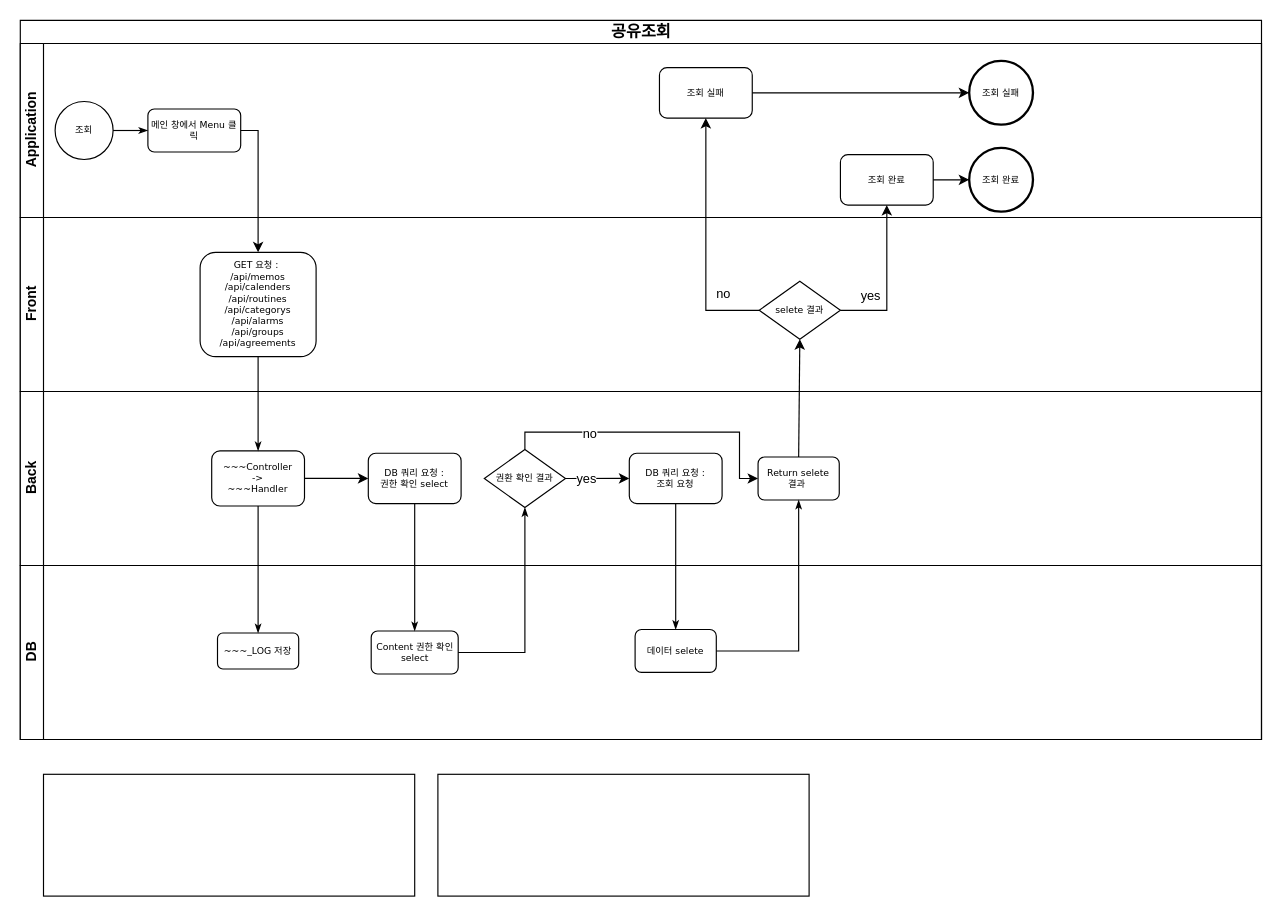
Earlier version of the draw.io diagram page "공유조회(메모,일정,루틴)" (14 of 16) of flowchart.drawio (dyonyon2/The-10000-Hour-Rule). Source tidied: cells renumbered, new cells numbered last; positions are measured from the earlier drawing's top-left corner, leaving out a move shared by most shapes. Both pictures are drawn from the tidied source at 116%, with x=0, y=0 at pixel (20, 20).
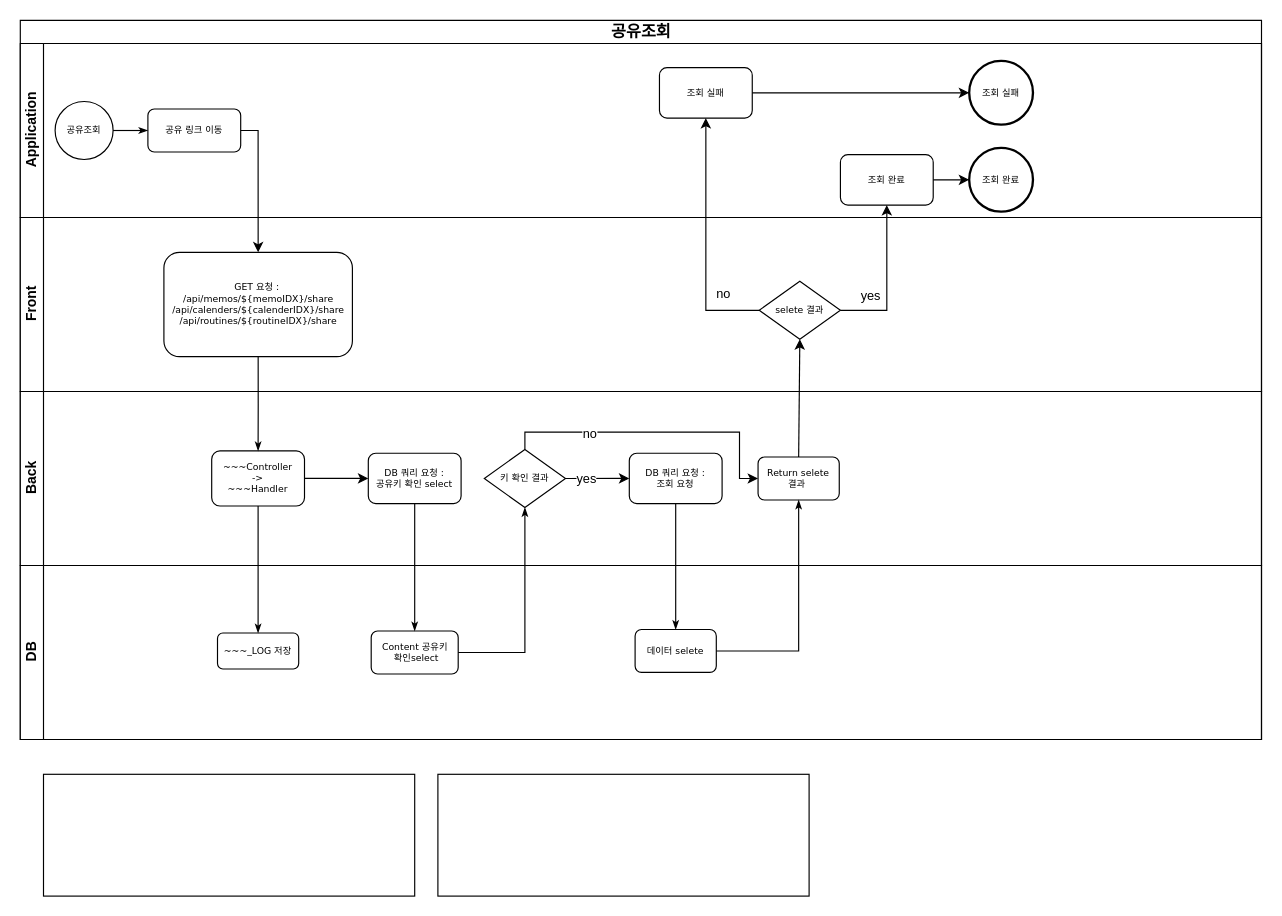
After the change.

Unchanged cells that the change refers to:
```xml
<mxCell id="3" value="Application" style="swimlane;html=1;startSize=20;horizontal=0;" parent="2" vertex="1">
  <mxGeometry y="20" width="1070" height="150" as="geometry" />
</mxCell>
<mxCell id="7" value="Front" style="swimlane;html=1;startSize=20;horizontal=0;" parent="2" vertex="1">
  <mxGeometry y="170" width="1070" height="150" as="geometry" />
</mxCell>
<mxCell id="20" value="Back" style="swimlane;html=1;startSize=20;horizontal=0;" parent="2" vertex="1">
  <mxGeometry y="320" width="1070" height="150" as="geometry" />
</mxCell>
```

The edit, as a diff of the source:
```diff
@@
-    <mxCell id="4" value="조회" style="ellipse;whiteSpace=wrap;html=1;rounded=0;shadow=0;labelBackgroundColor=none;strokeWidth=1;fontFamily=Verdana;fontSize=8;align=center;" parent="3" vertex="1">
+    <mxCell id="4" value="공유조회" style="ellipse;whiteSpace=wrap;html=1;rounded=0;shadow=0;labelBackgroundColor=none;strokeWidth=1;fontFamily=Verdana;fontSize=8;align=center;" parent="3" vertex="1">
       <mxGeometry x="30" y="50" width="50" height="50" as="geometry" />
     </mxCell>
-    <mxCell id="5" value="메인 창에서 Menu 클릭" style="rounded=1;whiteSpace=wrap;html=1;shadow=0;labelBackgroundColor=none;strokeWidth=1;fontFamily=Verdana;fontSize=8;align=center;" parent="3" vertex="1">
+    <mxCell id="5" value="공유 링크 이동" style="rounded=1;whiteSpace=wrap;html=1;shadow=0;labelBackgroundColor=none;strokeWidth=1;fontFamily=Verdana;fontSize=8;align=center;" parent="3" vertex="1">
       <mxGeometry x="110" y="56.5" width="80" height="37" as="geometry" />
     </mxCell>
@@
-    <mxCell id="8" value="GET 요청 :&amp;nbsp;&lt;br&gt;/api/memos&lt;br&gt;/api/calenders&lt;br&gt;/api/routines&lt;br&gt;/api/categorys&lt;br&gt;/api/alarms&lt;br&gt;/api/groups&lt;br&gt;/api/agreements" style="rounded=1;whiteSpace=wrap;html=1;shadow=0;labelBackgroundColor=none;strokeWidth=1;fontFamily=Verdana;fontSize=8;align=center;" parent="7" vertex="1">
-      <mxGeometry x="155" y="30" width="100" height="90" as="geometry" />
+    <mxCell id="8" value="GET 요청 :&amp;nbsp;&lt;br style=&quot;border-color: var(--border-color);&quot;&gt;/api/memos/${memoIDX}/share&lt;br style=&quot;border-color: var(--border-color);&quot;&gt;/api/calenders/${calenderIDX}/share&lt;br style=&quot;border-color: var(--border-color);&quot;&gt;/api/routines/${routineIDX}/share" style="rounded=1;whiteSpace=wrap;html=1;shadow=0;labelBackgroundColor=none;strokeWidth=1;fontFamily=Verdana;fontSize=8;align=center;" parent="7" vertex="1">
+      <mxGeometry x="123.8" y="30" width="162.5" height="90" as="geometry" />
     </mxCell>
@@
-    <mxCell id="24" value="DB 쿼리 요청 : &lt;br&gt;권한 확인 select" style="rounded=1;whiteSpace=wrap;html=1;shadow=0;labelBackgroundColor=none;strokeWidth=1;fontFamily=Verdana;fontSize=8;align=center;" parent="20" vertex="1">
+    <mxCell id="24" value="DB 쿼리 요청 : &lt;br&gt;공유키 확인 select" style="rounded=1;whiteSpace=wrap;html=1;shadow=0;labelBackgroundColor=none;strokeWidth=1;fontFamily=Verdana;fontSize=8;align=center;" parent="20" vertex="1">
       <mxGeometry x="300" y="53.2" width="80" height="43.5" as="geometry" />
     </mxCell>
-    <mxCell id="25" value="권환 확인 결과" style="strokeWidth=1;html=1;shape=mxgraph.flowchart.decision;whiteSpace=wrap;rounded=1;shadow=0;labelBackgroundColor=none;fontFamily=Verdana;fontSize=8;align=center;" parent="20" vertex="1">
+    <mxCell id="25" value="키 확인 결과" style="strokeWidth=1;html=1;shape=mxgraph.flowchart.decision;whiteSpace=wrap;rounded=1;shadow=0;labelBackgroundColor=none;fontFamily=Verdana;fontSize=8;align=center;" parent="20" vertex="1">
       <mxGeometry x="400" y="50" width="70" height="50" as="geometry" />
     </mxCell>
@@
-    <mxCell id="43" value="Content 권한 확인select" style="rounded=1;whiteSpace=wrap;html=1;shadow=0;labelBackgroundColor=none;strokeWidth=1;fontFamily=Verdana;fontSize=8;align=center;" parent="1" vertex="1">
+    <mxCell id="43" value="Content 공유키&lt;br&gt;&amp;nbsp;확인select" style="rounded=1;whiteSpace=wrap;html=1;shadow=0;labelBackgroundColor=none;strokeWidth=1;fontFamily=Verdana;fontSize=8;align=center;" parent="1" vertex="1">
       <mxGeometry x="302.5" y="526.5" width="75" height="37" as="geometry" />
     </mxCell>
```
